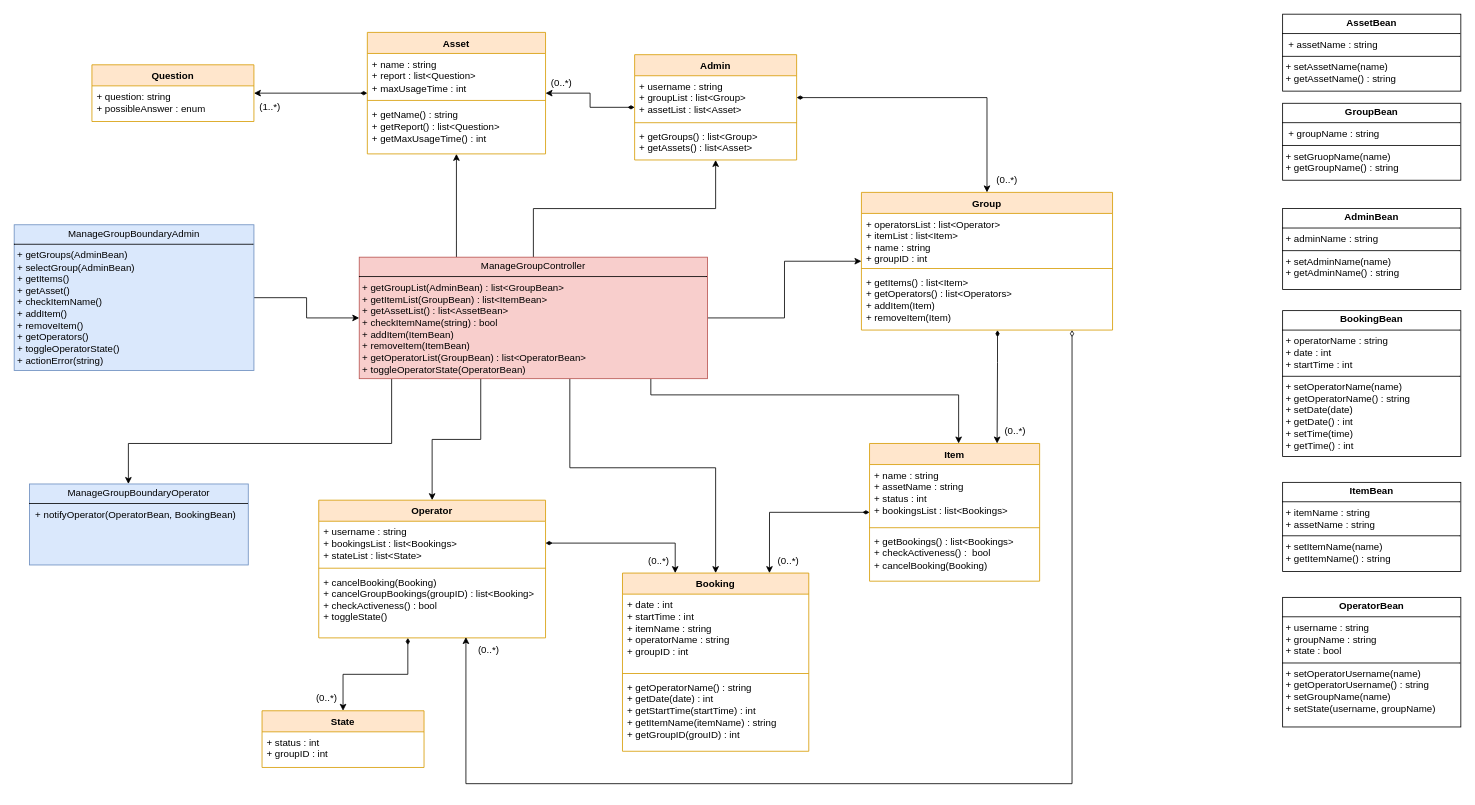
Earlier version of the draw.io diagram VOPC.drawio (Alev9k/PROGETTO_Share). Source tidied: cells renumbered, new cells numbered last; positions are measured from the earlier drawing's top-left corner, leaving out a move shared by most shapes. Both pictures are drawn from the tidied source at 81%, with x=0, y=0 at pixel (14, 14).
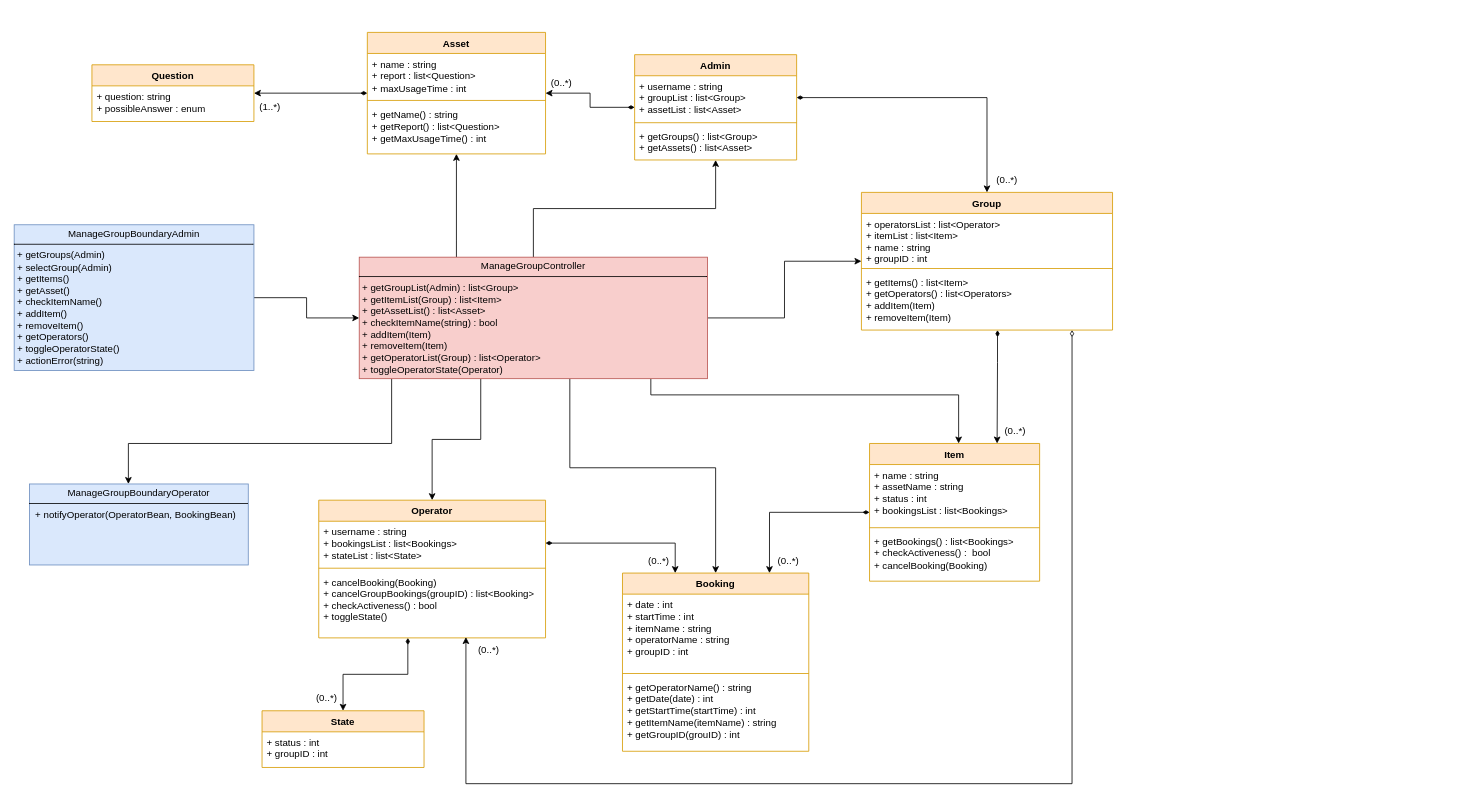
The same page after the edit.

The edit, as a diff of the source:
```diff
@@
-    <mxCell id="3" value="&lt;p style=&quot;margin:0px;margin-top:4px;text-align:center;&quot;&gt;ManageGroupBoundaryAdmin&lt;/p&gt;&lt;hr size=&quot;1&quot; style=&quot;border-style:solid;&quot;&gt;&lt;p style=&quot;margin:0px;margin-left:4px;&quot;&gt;&lt;span style=&quot;background-color: transparent; color: light-dark(rgb(0, 0, 0), rgb(255, 255, 255));&quot;&gt;+ getGroups(AdminBean)&lt;/span&gt;&lt;span style=&quot;background-color: transparent; color: light-dark(rgb(0, 0, 0), rgb(255, 255, 255));&quot;&gt;&amp;nbsp; &amp;nbsp;&lt;/span&gt;&lt;/p&gt;&lt;p style=&quot;margin:0px;margin-left:4px;&quot;&gt;&lt;span style=&quot;background-color: transparent; color: light-dark(rgb(0, 0, 0), rgb(255, 255, 255));&quot;&gt;+ selectGroup(AdminBean)&lt;/span&gt;&lt;/p&gt;&lt;p style=&quot;margin:0px;margin-left:4px;&quot;&gt;&lt;span style=&quot;background-color: transparent; color: light-dark(rgb(0, 0, 0), rgb(255, 255, 255));&quot;&gt;+ getItems()&lt;/span&gt;&lt;/p&gt;&lt;p style=&quot;margin:0px;margin-left:4px;&quot;&gt;&lt;span style=&quot;color: light-dark(rgb(0, 0, 0), rgb(255, 255, 255)); background-color: transparent;&quot;&gt;+ getAsset()&lt;/span&gt;&lt;/p&gt;&lt;p style=&quot;margin:0px;margin-left:4px;&quot;&gt;&lt;span style=&quot;color: light-dark(rgb(0, 0, 0), rgb(255, 255, 255)); background-color: transparent;&quot;&gt;+ checkItemName()&lt;/span&gt;&lt;/p&gt;&lt;p style=&quot;margin:0px;margin-left:4px;&quot;&gt;&lt;span style=&quot;color: light-dark(rgb(0, 0, 0), rgb(255, 255, 255)); background-color: transparent;&quot;&gt;+ addItem(&lt;/span&gt;&lt;span style=&quot;color: light-dark(rgb(0, 0, 0), rgb(255, 255, 255)); background-color: transparent;&quot;&gt;)&amp;nbsp;&lt;/span&gt;&lt;span style=&quot;background-color: transparent; color: light-dark(rgb(0, 0, 0), rgb(255, 255, 255));&quot;&gt;&lt;/span&gt;&lt;/p&gt;&lt;p style=&quot;margin: 0px 0px 0px 4px;&quot;&gt;&lt;span style=&quot;background-color: transparent; color: light-dark(rgb(0, 0, 0), rgb(255, 255, 255));&quot;&gt;+ removeItem(&lt;/span&gt;&lt;span style=&quot;background-color: transparent; color: light-dark(rgb(0, 0, 0), rgb(255, 255, 255));&quot;&gt;)&lt;/span&gt;&lt;/p&gt;&lt;p style=&quot;margin:0px;margin-left:4px;&quot;&gt;&lt;span style=&quot;background-color: transparent; color: light-dark(rgb(0, 0, 0), rgb(255, 255, 255));&quot;&gt;+ getOperators(&lt;/span&gt;&lt;span style=&quot;background-color: transparent; color: light-dark(rgb(0, 0, 0), rgb(255, 255, 255));&quot;&gt;)&lt;/span&gt;&lt;/p&gt;&lt;p style=&quot;margin:0px;margin-left:4px;&quot;&gt;&lt;span style=&quot;background-color: transparent; color: light-dark(rgb(0, 0, 0), rgb(255, 255, 255));&quot;&gt;+&amp;nbsp;&lt;/span&gt;&lt;span style=&quot;background-color: transparent; color: light-dark(rgb(0, 0, 0), rgb(255, 255, 255));&quot;&gt;toggleOperatorState()&lt;/span&gt;&lt;/p&gt;&lt;p style=&quot;margin:0px;margin-left:4px;&quot;&gt;&lt;span style=&quot;background-color: transparent; color: light-dark(rgb(0, 0, 0), rgb(255, 255, 255));&quot;&gt;+ actionError(string)&lt;/span&gt;&lt;/p&gt;&lt;p style=&quot;margin:0px;margin-left:4px;&quot;&gt;&lt;br&gt;&lt;/p&gt;" style="verticalAlign=top;align=left;overflow=fill;html=1;whiteSpace=wrap;fillColor=#dae8fc;strokeColor=#6c8ebf;" parent="1" vertex="1">
+    <mxCell id="3" value="&lt;p style=&quot;margin:0px;margin-top:4px;text-align:center;&quot;&gt;ManageGroupBoundaryAdmin&lt;/p&gt;&lt;hr size=&quot;1&quot; style=&quot;border-style:solid;&quot;&gt;&lt;p style=&quot;margin:0px;margin-left:4px;&quot;&gt;&lt;span style=&quot;background-color: transparent; color: light-dark(rgb(0, 0, 0), rgb(255, 255, 255));&quot;&gt;+ getGroups(Admin)&lt;/span&gt;&lt;span style=&quot;background-color: transparent; color: light-dark(rgb(0, 0, 0), rgb(255, 255, 255));&quot;&gt;&amp;nbsp; &amp;nbsp;&lt;/span&gt;&lt;/p&gt;&lt;p style=&quot;margin:0px;margin-left:4px;&quot;&gt;&lt;span style=&quot;background-color: transparent; color: light-dark(rgb(0, 0, 0), rgb(255, 255, 255));&quot;&gt;+ selectGroup(Admin)&lt;/span&gt;&lt;/p&gt;&lt;p style=&quot;margin:0px;margin-left:4px;&quot;&gt;&lt;span style=&quot;background-color: transparent; color: light-dark(rgb(0, 0, 0), rgb(255, 255, 255));&quot;&gt;+ getItems()&lt;/span&gt;&lt;/p&gt;&lt;p style=&quot;margin:0px;margin-left:4px;&quot;&gt;&lt;span style=&quot;color: light-dark(rgb(0, 0, 0), rgb(255, 255, 255)); background-color: transparent;&quot;&gt;+ getAsset()&lt;/span&gt;&lt;/p&gt;&lt;p style=&quot;margin:0px;margin-left:4px;&quot;&gt;&lt;span style=&quot;color: light-dark(rgb(0, 0, 0), rgb(255, 255, 255)); background-color: transparent;&quot;&gt;+ checkItemName()&lt;/span&gt;&lt;/p&gt;&lt;p style=&quot;margin:0px;margin-left:4px;&quot;&gt;&lt;span style=&quot;color: light-dark(rgb(0, 0, 0), rgb(255, 255, 255)); background-color: transparent;&quot;&gt;+ addItem(&lt;/span&gt;&lt;span style=&quot;color: light-dark(rgb(0, 0, 0), rgb(255, 255, 255)); background-color: transparent;&quot;&gt;)&amp;nbsp;&lt;/span&gt;&lt;span style=&quot;background-color: transparent; color: light-dark(rgb(0, 0, 0), rgb(255, 255, 255));&quot;&gt;&lt;/span&gt;&lt;/p&gt;&lt;p style=&quot;margin: 0px 0px 0px 4px;&quot;&gt;&lt;span style=&quot;background-color: transparent; color: light-dark(rgb(0, 0, 0), rgb(255, 255, 255));&quot;&gt;+ removeItem(&lt;/span&gt;&lt;span style=&quot;background-color: transparent; color: light-dark(rgb(0, 0, 0), rgb(255, 255, 255));&quot;&gt;)&lt;/span&gt;&lt;/p&gt;&lt;p style=&quot;margin:0px;margin-left:4px;&quot;&gt;&lt;span style=&quot;background-color: transparent; color: light-dark(rgb(0, 0, 0), rgb(255, 255, 255));&quot;&gt;+ getOperators(&lt;/span&gt;&lt;span style=&quot;background-color: transparent; color: light-dark(rgb(0, 0, 0), rgb(255, 255, 255));&quot;&gt;)&lt;/span&gt;&lt;/p&gt;&lt;p style=&quot;margin:0px;margin-left:4px;&quot;&gt;&lt;span style=&quot;background-color: transparent; color: light-dark(rgb(0, 0, 0), rgb(255, 255, 255));&quot;&gt;+&amp;nbsp;&lt;/span&gt;&lt;span style=&quot;background-color: transparent; color: light-dark(rgb(0, 0, 0), rgb(255, 255, 255));&quot;&gt;toggleOperatorState()&lt;/span&gt;&lt;/p&gt;&lt;p style=&quot;margin:0px;margin-left:4px;&quot;&gt;&lt;span style=&quot;background-color: transparent; color: light-dark(rgb(0, 0, 0), rgb(255, 255, 255));&quot;&gt;+ actionError(string)&lt;/span&gt;&lt;/p&gt;&lt;p style=&quot;margin:0px;margin-left:4px;&quot;&gt;&lt;br&gt;&lt;/p&gt;" style="verticalAlign=top;align=left;overflow=fill;html=1;whiteSpace=wrap;fillColor=#dae8fc;strokeColor=#6c8ebf;" parent="1" vertex="1">
       <mxGeometry y="260" width="296" height="180" as="geometry" />
     </mxCell>
@@
-    <mxCell id="11" value="&lt;p style=&quot;margin:0px;margin-top:4px;text-align:center;&quot;&gt;ManageGroupController&lt;/p&gt;&lt;hr size=&quot;1&quot; style=&quot;border-style:solid;&quot;&gt;&lt;p style=&quot;margin:0px;margin-left:4px;&quot;&gt;+ getGroupList(AdminBean) : list&amp;lt;GroupBean&amp;gt;&lt;/p&gt;&lt;p style=&quot;margin:0px;margin-left:4px;&quot;&gt;+ getItemList(GroupBean) : list&amp;lt;ItemBean&amp;gt;&lt;span style=&quot;background-color: transparent; color: light-dark(rgb(0, 0, 0), rgb(255, 255, 255));&quot;&gt;&lt;/span&gt;&lt;/p&gt;&lt;p style=&quot;margin:0px;margin-left:4px;&quot;&gt;&lt;span style=&quot;background-color: transparent; color: light-dark(rgb(0, 0, 0), rgb(255, 255, 255));&quot;&gt;+ getAssetList() : list&amp;lt;AssetBean&amp;gt;&lt;/span&gt;&lt;/p&gt;&lt;p style=&quot;margin:0px;margin-left:4px;&quot;&gt;+ checkItemName(string) : bool&lt;/p&gt;&lt;p style=&quot;margin:0px;margin-left:4px;&quot;&gt;&lt;span style=&quot;background-color: transparent; color: light-dark(rgb(0, 0, 0), rgb(255, 255, 255));&quot;&gt;+ addItem&lt;/span&gt;&lt;span style=&quot;background-color: transparent; color: light-dark(rgb(0, 0, 0), rgb(255, 255, 255));&quot;&gt;(ItemBean)&amp;nbsp;&lt;/span&gt;&lt;/p&gt;&lt;p style=&quot;margin:0px;margin-left:4px;&quot;&gt;&lt;span style=&quot;background-color: transparent; color: light-dark(rgb(0, 0, 0), rgb(255, 255, 255));&quot;&gt;+ removeItem(ItemBean)&amp;nbsp;&lt;/span&gt;&lt;/p&gt;&lt;p style=&quot;margin: 0px 0px 0px 4px;&quot;&gt;&lt;span style=&quot;background-color: transparent; color: light-dark(rgb(0, 0, 0), rgb(255, 255, 255));&quot;&gt;+ getOperatorList(&lt;/span&gt;&lt;span style=&quot;background-color: transparent; color: light-dark(rgb(0, 0, 0), rgb(255, 255, 255));&quot;&gt;GroupBean&lt;/span&gt;&lt;span style=&quot;background-color: transparent; color: light-dark(rgb(0, 0, 0), rgb(255, 255, 255));&quot;&gt;) : list&amp;lt;OperatorBean&amp;gt;&lt;/span&gt;&lt;/p&gt;&lt;p style=&quot;margin:0px;margin-left:4px;&quot;&gt;&lt;span style=&quot;background-color: transparent; color: light-dark(rgb(0, 0, 0), rgb(255, 255, 255));&quot;&gt;+ toggleOperatorState(&lt;/span&gt;&lt;span style=&quot;background-color: transparent; color: light-dark(rgb(0, 0, 0), rgb(255, 255, 255));&quot;&gt;OperatorBean)&amp;nbsp;&lt;/span&gt;&lt;/p&gt;&lt;p style=&quot;margin:0px;margin-left:4px;&quot;&gt;&lt;br&gt;&lt;/p&gt;" style="verticalAlign=top;align=left;overflow=fill;html=1;whiteSpace=wrap;fillColor=#f8cecc;strokeColor=#b85450;" parent="1" vertex="1">
+    <mxCell id="11" value="&lt;p style=&quot;margin:0px;margin-top:4px;text-align:center;&quot;&gt;ManageGroupController&lt;/p&gt;&lt;hr size=&quot;1&quot; style=&quot;border-style:solid;&quot;&gt;&lt;p style=&quot;margin:0px;margin-left:4px;&quot;&gt;+ getGroupList(Admin) : list&amp;lt;Group&amp;gt;&lt;/p&gt;&lt;p style=&quot;margin:0px;margin-left:4px;&quot;&gt;+ getItemList(Group) : list&amp;lt;Item&amp;gt;&lt;span style=&quot;background-color: transparent; color: light-dark(rgb(0, 0, 0), rgb(255, 255, 255));&quot;&gt;&lt;/span&gt;&lt;/p&gt;&lt;p style=&quot;margin:0px;margin-left:4px;&quot;&gt;&lt;span style=&quot;background-color: transparent; color: light-dark(rgb(0, 0, 0), rgb(255, 255, 255));&quot;&gt;+ getAssetList() : list&amp;lt;Asset&amp;gt;&lt;/span&gt;&lt;/p&gt;&lt;p style=&quot;margin:0px;margin-left:4px;&quot;&gt;+ checkItemName(string) : bool&lt;/p&gt;&lt;p style=&quot;margin:0px;margin-left:4px;&quot;&gt;&lt;span style=&quot;background-color: transparent; color: light-dark(rgb(0, 0, 0), rgb(255, 255, 255));&quot;&gt;+ addItem&lt;/span&gt;&lt;span style=&quot;background-color: transparent; color: light-dark(rgb(0, 0, 0), rgb(255, 255, 255));&quot;&gt;(Item)&amp;nbsp;&lt;/span&gt;&lt;/p&gt;&lt;p style=&quot;margin:0px;margin-left:4px;&quot;&gt;&lt;span style=&quot;background-color: transparent; color: light-dark(rgb(0, 0, 0), rgb(255, 255, 255));&quot;&gt;+ removeItem(Item)&amp;nbsp;&lt;/span&gt;&lt;/p&gt;&lt;p style=&quot;margin: 0px 0px 0px 4px;&quot;&gt;&lt;span style=&quot;background-color: transparent; color: light-dark(rgb(0, 0, 0), rgb(255, 255, 255));&quot;&gt;+ getOperatorList(&lt;/span&gt;&lt;span style=&quot;background-color: transparent; color: light-dark(rgb(0, 0, 0), rgb(255, 255, 255));&quot;&gt;Group&lt;/span&gt;&lt;span style=&quot;background-color: transparent; color: light-dark(rgb(0, 0, 0), rgb(255, 255, 255));&quot;&gt;) : list&amp;lt;Operator&amp;gt;&lt;/span&gt;&lt;/p&gt;&lt;p style=&quot;margin:0px;margin-left:4px;&quot;&gt;&lt;span style=&quot;background-color: transparent; color: light-dark(rgb(0, 0, 0), rgb(255, 255, 255));&quot;&gt;+ toggleOperatorState(&lt;/span&gt;&lt;span style=&quot;background-color: transparent; color: light-dark(rgb(0, 0, 0), rgb(255, 255, 255));&quot;&gt;Operator)&amp;nbsp;&lt;/span&gt;&lt;/p&gt;&lt;p style=&quot;margin:0px;margin-left:4px;&quot;&gt;&lt;br&gt;&lt;/p&gt;" style="verticalAlign=top;align=left;overflow=fill;html=1;whiteSpace=wrap;fillColor=#f8cecc;strokeColor=#b85450;" parent="1" vertex="1">
       <mxGeometry x="426" y="300" width="430" height="150" as="geometry" />
     </mxCell>
@@
-    <mxCell id="43" value="&lt;p style=&quot;margin:0px;margin-top:4px;text-align:center;&quot;&gt;&lt;b&gt;OperatorBean&lt;/b&gt;&lt;/p&gt;&lt;hr size=&quot;1&quot; style=&quot;border-style:solid;&quot;&gt;&lt;p style=&quot;margin: 0px 0px 0px 4px;&quot;&gt;+ username : string&lt;/p&gt;&lt;p style=&quot;margin: 0px 0px 0px 4px;&quot;&gt;+ groupName : string&lt;/p&gt;&lt;p style=&quot;margin: 0px 0px 0px 4px;&quot;&gt;&lt;span style=&quot;background-color: transparent; color: light-dark(rgb(0, 0, 0), rgb(255, 255, 255));&quot;&gt;+ state : bool&lt;/span&gt;&lt;/p&gt;&lt;hr size=&quot;1&quot; style=&quot;border-style:solid;&quot;&gt;&lt;p style=&quot;margin:0px;margin-left:4px;&quot;&gt;+ setOperatorUsername(name)&lt;/p&gt;&lt;p style=&quot;margin:0px;margin-left:4px;&quot;&gt;+ getOperatorUsername() : string&amp;nbsp;&lt;/p&gt;&lt;p style=&quot;margin:0px;margin-left:4px;&quot;&gt;+ setGroupName(name)&lt;/p&gt;&lt;p style=&quot;margin:0px;margin-left:4px;&quot;&gt;+ setState(username, groupName)&amp;nbsp;&lt;/p&gt;" style="verticalAlign=top;align=left;overflow=fill;html=1;whiteSpace=wrap;" parent="1" vertex="1">
-      <mxGeometry x="1566" y="720" width="220" height="160" as="geometry" />
-    </mxCell>
-    <mxCell id="44" value="&lt;p style=&quot;margin:0px;margin-top:4px;text-align:center;&quot;&gt;&lt;b&gt;GroupBean&lt;/b&gt;&lt;/p&gt;&lt;hr size=&quot;1&quot; style=&quot;border-style:solid;&quot;&gt;&lt;p style=&quot;margin: 0px 0px 0px 4px;&quot;&gt;&amp;nbsp;+ groupName : string&lt;/p&gt;&lt;hr size=&quot;1&quot; style=&quot;border-style:solid;&quot;&gt;&lt;p style=&quot;margin:0px;margin-left:4px;&quot;&gt;+ setGruopName(name)&lt;/p&gt;&lt;p style=&quot;margin:0px;margin-left:4px;&quot;&gt;+ getGroupName() : string&lt;br&gt;&lt;/p&gt;" style="verticalAlign=top;align=left;overflow=fill;html=1;whiteSpace=wrap;" parent="1" vertex="1">
-      <mxGeometry x="1566" y="110" width="220" height="95" as="geometry" />
-    </mxCell>
-    <mxCell id="45" value="&lt;p style=&quot;margin:0px;margin-top:4px;text-align:center;&quot;&gt;&lt;b&gt;ItemBean&lt;/b&gt;&lt;/p&gt;&lt;hr size=&quot;1&quot; style=&quot;border-style:solid;&quot;&gt;&lt;p style=&quot;margin: 0px 0px 0px 4px;&quot;&gt;+ itemName : string&lt;/p&gt;&lt;p style=&quot;margin: 0px 0px 0px 4px;&quot;&gt;+ assetName : string&lt;/p&gt;&lt;hr size=&quot;1&quot; style=&quot;border-style:solid;&quot;&gt;&lt;p style=&quot;margin:0px;margin-left:4px;&quot;&gt;+ setItemName(name)&lt;/p&gt;&lt;p style=&quot;margin:0px;margin-left:4px;&quot;&gt;+ getItemName() : string&lt;br&gt;&lt;/p&gt;" style="verticalAlign=top;align=left;overflow=fill;html=1;whiteSpace=wrap;" parent="1" vertex="1">
-      <mxGeometry x="1566" y="578" width="220" height="110" as="geometry" />
-    </mxCell>
-    <mxCell id="46" value="&lt;p style=&quot;margin:0px;margin-top:4px;text-align:center;&quot;&gt;&lt;b&gt;AdminBean&lt;/b&gt;&lt;/p&gt;&lt;hr size=&quot;1&quot; style=&quot;border-style:solid;&quot;&gt;&lt;p style=&quot;margin: 0px 0px 0px 4px;&quot;&gt;+ adminName : string&lt;br&gt;&lt;/p&gt;&lt;hr size=&quot;1&quot; style=&quot;border-style:solid;&quot;&gt;&lt;p style=&quot;margin:0px;margin-left:4px;&quot;&gt;+ setAdminName(name)&lt;/p&gt;&lt;p style=&quot;margin:0px;margin-left:4px;&quot;&gt;+ getAdminName() : string&lt;br&gt;&lt;/p&gt;" style="verticalAlign=top;align=left;overflow=fill;html=1;whiteSpace=wrap;" parent="1" vertex="1">
-      <mxGeometry x="1566" y="240" width="220" height="100" as="geometry" />
-    </mxCell>
-    <mxCell id="47" value="&lt;p style=&quot;margin:0px;margin-top:4px;text-align:center;&quot;&gt;&lt;b&gt;BookingBean&lt;/b&gt;&lt;/p&gt;&lt;hr size=&quot;1&quot; style=&quot;border-style:solid;&quot;&gt;&lt;p style=&quot;margin: 0px 0px 0px 4px;&quot;&gt;+ operatorName : string&lt;/p&gt;&lt;p style=&quot;margin: 0px 0px 0px 4px;&quot;&gt;+ date : int&lt;/p&gt;&lt;p style=&quot;margin: 0px 0px 0px 4px;&quot;&gt;+ startTime : int&lt;/p&gt;&lt;hr size=&quot;1&quot; style=&quot;border-style:solid;&quot;&gt;&lt;p style=&quot;margin:0px;margin-left:4px;&quot;&gt;+ setOperatorName(name)&lt;/p&gt;&lt;p style=&quot;margin:0px;margin-left:4px;&quot;&gt;+ getOperatorName() : string&lt;br&gt;&lt;/p&gt;&lt;p style=&quot;margin:0px;margin-left:4px;&quot;&gt;+ setDate(date)&lt;/p&gt;&lt;p style=&quot;margin:0px;margin-left:4px;&quot;&gt;+ getDate() : int&lt;/p&gt;&lt;p style=&quot;margin:0px;margin-left:4px;&quot;&gt;+ setTime(time)&amp;nbsp;&lt;/p&gt;&lt;p style=&quot;margin:0px;margin-left:4px;&quot;&gt;+ getTime() : int&lt;/p&gt;" style="verticalAlign=top;align=left;overflow=fill;html=1;whiteSpace=wrap;" parent="1" vertex="1">
-      <mxGeometry x="1566" y="366" width="220" height="180" as="geometry" />
-    </mxCell>
-    <mxCell id="48" value="&lt;p style=&quot;margin:0px;margin-top:4px;text-align:center;&quot;&gt;&lt;b&gt;AssetBean&lt;/b&gt;&lt;/p&gt;&lt;hr size=&quot;1&quot; style=&quot;border-style:solid;&quot;&gt;&lt;p style=&quot;margin: 0px 0px 0px 4px;&quot;&gt;&amp;nbsp;+ assetName : string&lt;/p&gt;&lt;hr size=&quot;1&quot; style=&quot;border-style:solid;&quot;&gt;&lt;p style=&quot;margin:0px;margin-left:4px;&quot;&gt;+ setAssetName(name)&lt;/p&gt;&lt;p style=&quot;margin:0px;margin-left:4px;&quot;&gt;+ getAssetName() : string&lt;br&gt;&lt;/p&gt;" style="verticalAlign=top;align=left;overflow=fill;html=1;whiteSpace=wrap;" parent="1" vertex="1">
-      <mxGeometry x="1566" width="220" height="95" as="geometry" />
-    </mxCell>
```
